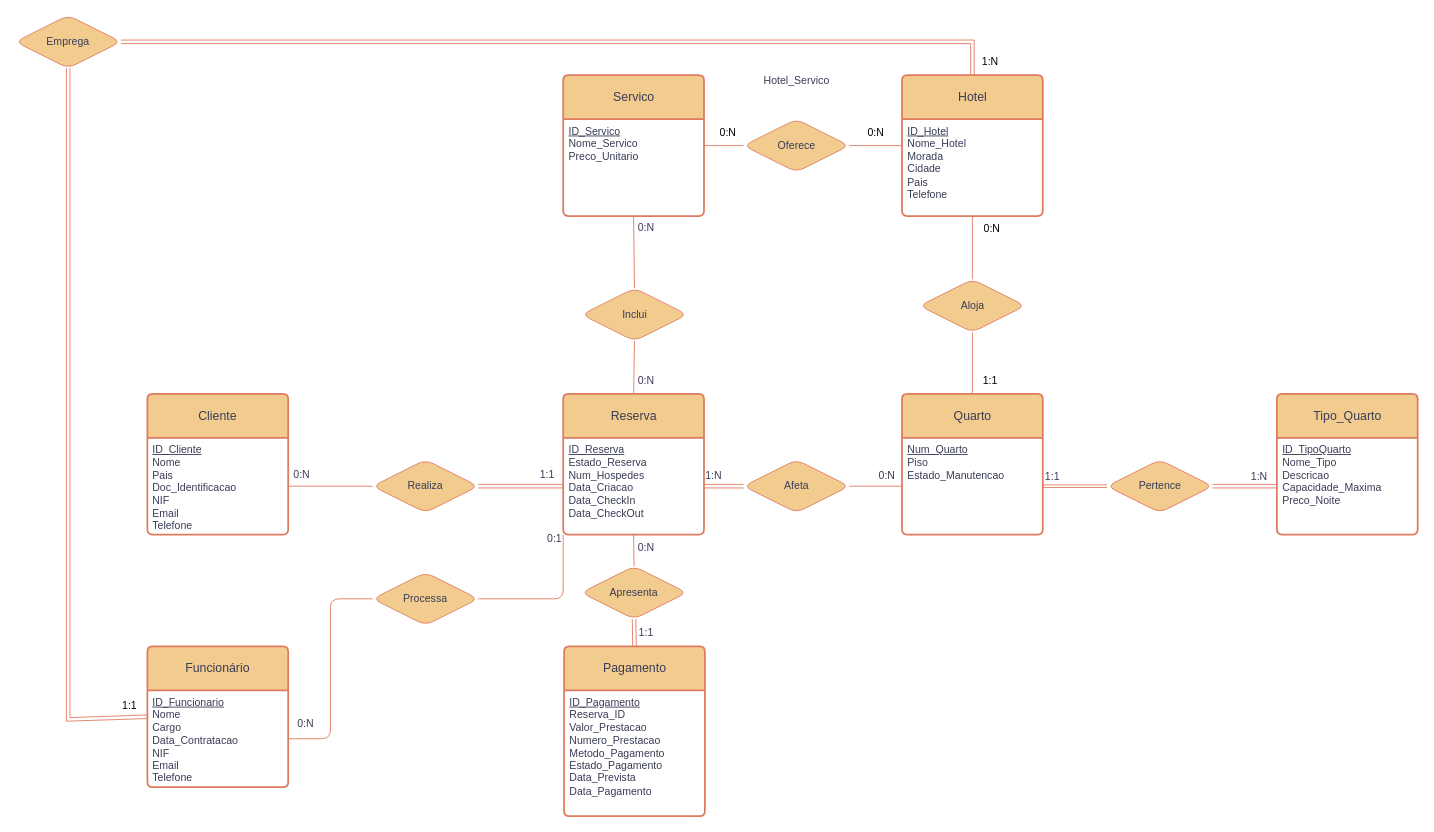
Earlier version of the draw.io diagram modelo/2024118083_2024116801-BDAD.drawio.xml (TiagoCC23/2024118083_2024116801-BDAD). Source tidied: cells renumbered, new cells numbered last; positions are measured from the earlier drawing's top-left corner, leaving out a move shared by most shapes. Both pictures are drawn from the tidied source at 88%, with x=0, y=0 at pixel (15, 15).
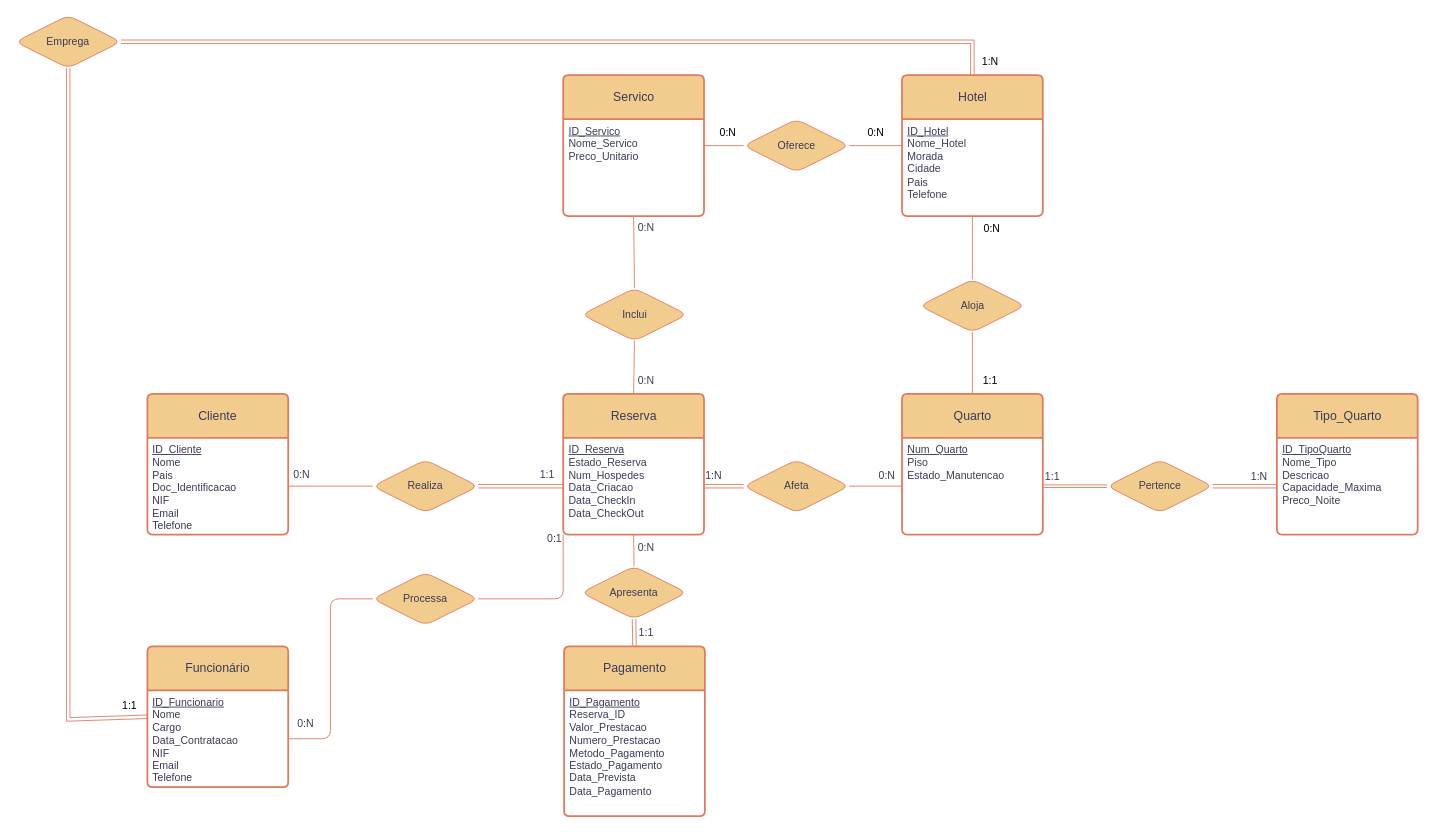
The same page after the edit.

Diff of the diagram source:
```diff
@@
-    <mxCell id="63" value="&lt;span style=&quot;color: rgb(57, 60, 86); text-align: left;&quot;&gt;Hotel_Servico&lt;/span&gt;" style="text;html=1;whiteSpace=wrap;strokeColor=none;fillColor=none;align=center;verticalAlign=middle;rounded=0;" parent="1" vertex="1">
-      <mxGeometry x="857.5" y="60" width="60" height="30" as="geometry" />
-    </mxCell>
```
